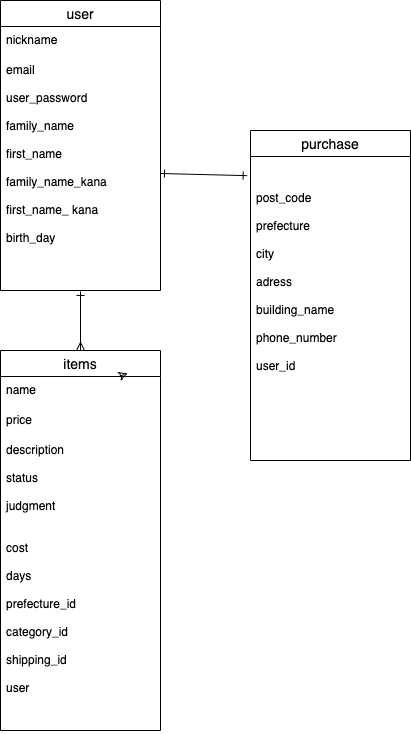
This is .drawio.png from naokiebihara/furima-37727, a draw.io export, as it was before one commit. Source tidied: cells renumbered, new cells last; positions are measured from the earlier drawing's top-left corner, leaving out a move shared by most shapes.
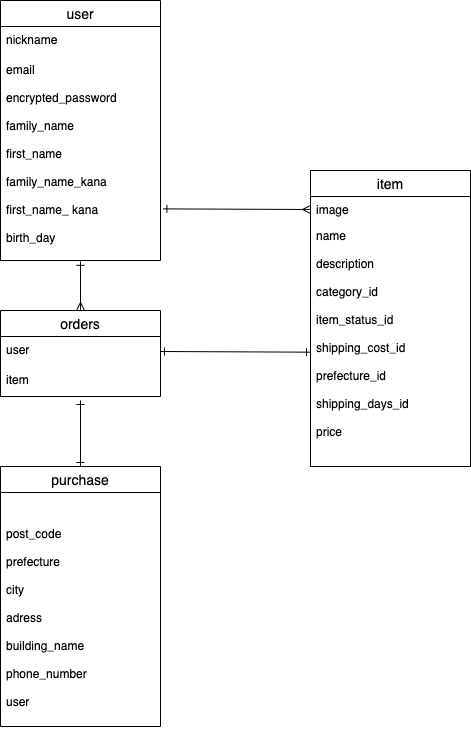
Later version of the same file.

Commit message:
データベース設計訂正

The edit, as a diff of the source:
```diff
@@ -3,40 +3,53 @@
     <mxCell id="0" />
     <mxCell id="1" parent="0" />
     <mxCell id="2" value="user" style="swimlane;fontStyle=0;horizontal=1;startSize=26;align=center;fontSize=14;" parent="1" vertex="1">
-      <mxGeometry width="160" height="290" as="geometry" />
+      <mxGeometry width="160" height="260" as="geometry" />
     </mxCell>
     <mxCell id="3" value="nickname&#10;&#10;" style="text;strokeColor=none;fillColor=none;spacingLeft=4;spacingRight=4;overflow=hidden;fontSize=12;" parent="2" vertex="1">
       <mxGeometry y="26" width="160" height="30" as="geometry" />
     </mxCell>
-    <mxCell id="4" value="email&#10;&#10;user_password&#10;&#10;family_name&#10;&#10;first_name&#10;&#10;family_name_kana&#10;&#10;first_name_ kana&#10;&#10;birth_day" style="text;strokeColor=none;fillColor=none;spacingLeft=4;spacingRight=4;overflow=hidden;points=[[0,0.5],[1,0.5]];portConstraint=eastwest;fontSize=12;" parent="2" vertex="1">
-      <mxGeometry y="56" width="160" height="234" as="geometry" />
+    <mxCell id="4" value="email&#10;&#10;encrypted_password&#10;&#10;family_name&#10;&#10;first_name&#10;&#10;family_name_kana&#10;&#10;first_name_ kana&#10;&#10;birth_day" style="text;strokeColor=none;fillColor=none;spacingLeft=4;spacingRight=4;overflow=hidden;points=[[0,0.5],[1,0.5]];portConstraint=eastwest;fontSize=12;" parent="2" vertex="1">
+      <mxGeometry y="56" width="160" height="204" as="geometry" />
     </mxCell>
+    <mxCell id="14" style="edgeStyle=none;html=1;exitX=0.5;exitY=0;exitDx=0;exitDy=0;shadow=0;startArrow=ERone;startFill=0;endArrow=ERone;endFill=0;strokeColor=default;" parent="1" edge="1" source="5">
+      <mxGeometry relative="1" as="geometry">
+        <mxPoint x="80" y="400" as="targetPoint" />
+      </mxGeometry>
+    </mxCell>
     <mxCell id="5" value="purchase" style="swimlane;fontStyle=0;horizontal=1;startSize=26;align=center;fontSize=14;" parent="1" vertex="1">
-      <mxGeometry x="250" y="130" width="160" height="330" as="geometry" />
+      <mxGeometry y="466" width="160" height="260" as="geometry" />
     </mxCell>
-    <mxCell id="6" value="&#10;&#10;post_code&#10;&#10;prefecture&#10;&#10;city&#10;&#10;adress&#10;&#10;building_name&#10;&#10;phone_number&#10;&#10;user_id&#10;&#10;&#10;&#10;&#10;&#10;&#10;&#10;&#10;" style="text;strokeColor=none;fillColor=none;spacingLeft=4;spacingRight=4;overflow=hidden;points=[[0,0.5],[1,0.5]];portConstraint=eastwest;fontSize=12;" parent="5" vertex="1">
-      <mxGeometry y="26" width="160" height="304" as="geometry" />
+    <mxCell id="6" value="&#10;&#10;post_code&#10;&#10;prefecture&#10;&#10;city&#10;&#10;adress&#10;&#10;building_name&#10;&#10;phone_number&#10;&#10;user&#10;&#10;&#10;&#10;&#10;&#10;&#10;&#10;&#10;" style="text;strokeColor=none;fillColor=none;spacingLeft=4;spacingRight=4;overflow=hidden;points=[[0,0.5],[1,0.5]];portConstraint=eastwest;fontSize=12;" parent="5" vertex="1">
+      <mxGeometry y="26" width="160" height="234" as="geometry" />
     </mxCell>
-    <mxCell id="7" style="edgeStyle=none;html=1;exitX=0.5;exitY=0;exitDx=0;exitDy=0;entryX=0.5;entryY=1.004;entryDx=0;entryDy=0;entryPerimeter=0;shadow=0;startArrow=ERmany;startFill=0;endArrow=ERone;endFill=0;" parent="1" edge="1" source="8" target="4">
+    <mxCell id="7" style="edgeStyle=none;html=1;exitX=0.5;exitY=0;exitDx=0;exitDy=0;entryX=0.5;entryY=1.004;entryDx=0;entryDy=0;entryPerimeter=0;shadow=0;startArrow=ERmany;startFill=0;endArrow=ERone;endFill=0;" parent="1" edge="1" source="18" target="4">
       <mxGeometry relative="1" as="geometry" />
     </mxCell>
-    <mxCell id="8" value="items" style="swimlane;fontStyle=0;horizontal=1;startSize=26;align=center;fontSize=14;" parent="1" vertex="1">
-      <mxGeometry y="350" width="160" height="380" as="geometry" />
-    </mxCell>
-    <mxCell id="9" value="name&#10;&#10;" style="text;strokeColor=none;fillColor=none;spacingLeft=4;spacingRight=4;overflow=hidden;points=[[0,0.5],[1,0.5]];portConstraint=eastwest;fontSize=12;" parent="8" vertex="1">
-      <mxGeometry y="26" width="160" height="30" as="geometry" />
-    </mxCell>
-    <mxCell id="10" value="price&#10;&#10;" style="text;strokeColor=none;fillColor=none;spacingLeft=4;spacingRight=4;overflow=hidden;fontSize=12;" parent="8" vertex="1">
-      <mxGeometry y="56" width="160" height="30" as="geometry" />
-    </mxCell>
-    <mxCell id="11" value="description&#10;&#10;status&#10;&#10;judgment&#10;&#10;&#10;cost&#10;&#10;days&#10;&#10;prefecture_id&#10;&#10;category_id&#10;&#10;shipping_id &#10;&#10;user&#10;&#10;" style="text;strokeColor=none;fillColor=none;spacingLeft=4;spacingRight=4;overflow=hidden;fontSize=12;" parent="8" vertex="1">
-      <mxGeometry y="86" width="160" height="294" as="geometry" />
-    </mxCell>
-    <mxCell id="12" style="edgeStyle=none;html=1;shadow=0;startArrow=ERmany;startFill=0;endArrow=ERone;endFill=0;entryX=0.775;entryY=0.063;entryDx=0;entryDy=0;entryPerimeter=0;strokeColor=default;" parent="8" edge="1" source="9" target="8">
-      <mxGeometry relative="1" as="geometry" />
-    </mxCell>
-    <mxCell id="13" style="edgeStyle=none;html=1;exitX=1;exitY=0.5;exitDx=0;exitDy=0;entryX=-0.021;entryY=0.063;entryDx=0;entryDy=0;entryPerimeter=0;shadow=0;startArrow=ERone;startFill=0;endArrow=ERone;endFill=0;strokeColor=default;" parent="1" edge="1" source="4" target="6">
-      <mxGeometry relative="1" as="geometry" />
-    </mxCell>
+    <mxCell id="15" value="item" style="swimlane;fontStyle=0;horizontal=1;startSize=26;align=center;fontSize=14;" parent="1" vertex="1">
+      <mxGeometry x="310" y="170" width="160" height="296" as="geometry" />
+    </mxCell>
+    <mxCell id="16" value="image&#10;&#10;" style="text;strokeColor=none;fillColor=none;spacingLeft=4;spacingRight=4;overflow=hidden;points=[[0,0.5],[1,0.5]];portConstraint=eastwest;fontSize=12;" parent="15" vertex="1">
+      <mxGeometry y="26" width="160" height="26" as="geometry" />
+    </mxCell>
+    <mxCell id="17" value="name&#10;&#10;description&#10;&#10;category_id&#10;&#10;item_status_id&#10;&#10;shipping_cost_id&#10;&#10;prefecture_id &#10;&#10;shipping_days_id&#10;&#10;price&#10;&#10;&#10;&#10;" style="text;strokeColor=none;fillColor=none;spacingLeft=4;spacingRight=4;overflow=hidden;fontSize=12;" parent="15" vertex="1">
+      <mxGeometry y="52" width="160" height="244" as="geometry" />
+    </mxCell>
+    <mxCell id="18" value="orders" style="swimlane;fontStyle=0;horizontal=1;startSize=26;align=center;fontSize=14;" parent="1" vertex="1">
+      <mxGeometry y="310" width="160" height="86" as="geometry" />
+    </mxCell>
+    <mxCell id="19" value="user" style="text;strokeColor=none;fillColor=none;spacingLeft=4;spacingRight=4;overflow=hidden;points=[[0,0.5],[1,0.5]];portConstraint=eastwest;fontSize=12;" parent="18" vertex="1">
+      <mxGeometry y="26" width="160" height="30" as="geometry" />
+    </mxCell>
+    <mxCell id="20" value="item" style="text;strokeColor=none;fillColor=none;spacingLeft=4;spacingRight=4;overflow=hidden;fontSize=12;" parent="18" vertex="1">
+      <mxGeometry y="56" width="160" height="30" as="geometry" />
+    </mxCell>
+    <mxCell id="21" style="edgeStyle=none;html=1;exitX=1;exitY=0.5;exitDx=0;exitDy=0;shadow=0;startArrow=ERone;startFill=0;endArrow=ERone;endFill=0;strokeColor=default;" parent="1" edge="1" source="19">
+      <mxGeometry relative="1" as="geometry">
+        <mxPoint x="310" y="351.7" as="targetPoint" />
+      </mxGeometry>
+    </mxCell>
+    <mxCell id="22" style="edgeStyle=none;html=1;exitX=0;exitY=0.5;exitDx=0;exitDy=0;entryX=1.015;entryY=0.747;entryDx=0;entryDy=0;entryPerimeter=0;shadow=0;startArrow=ERmany;startFill=0;endArrow=ERone;endFill=0;strokeColor=default;" parent="1" edge="1" source="16" target="4">
+      <mxGeometry relative="1" as="geometry" />
+    </mxCell>
   </root>
 </mxGraphModel>
```
